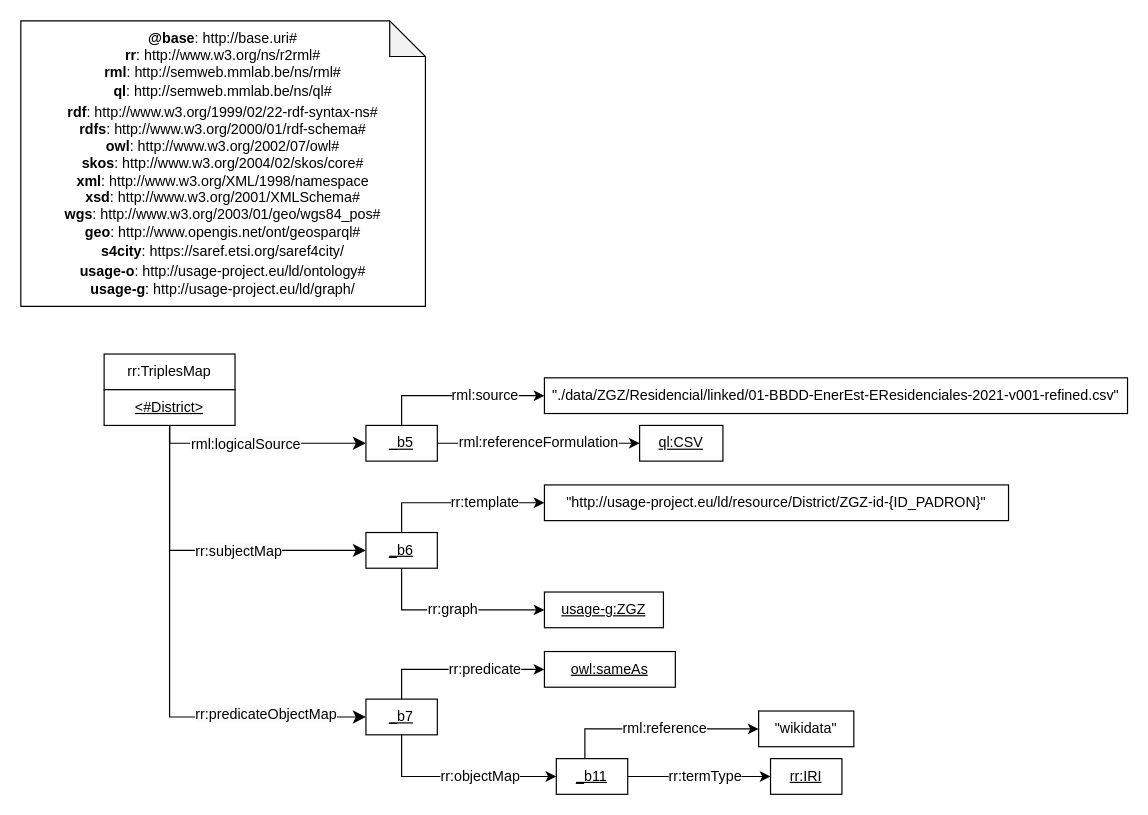
Earlier version of the draw.io diagram linking/ZGZ/Residencial/linking_mapping.drawio (OnToologyUser/ZGZ_ghg_emissions_knowledge_graph). Source tidied: cells renumbered, new cells numbered last; positions are measured from the earlier drawing's top-left corner, leaving out a move shared by most shapes. Both pictures are drawn from the tidied source at 119%, with x=0, y=0 at pixel (20, 20).
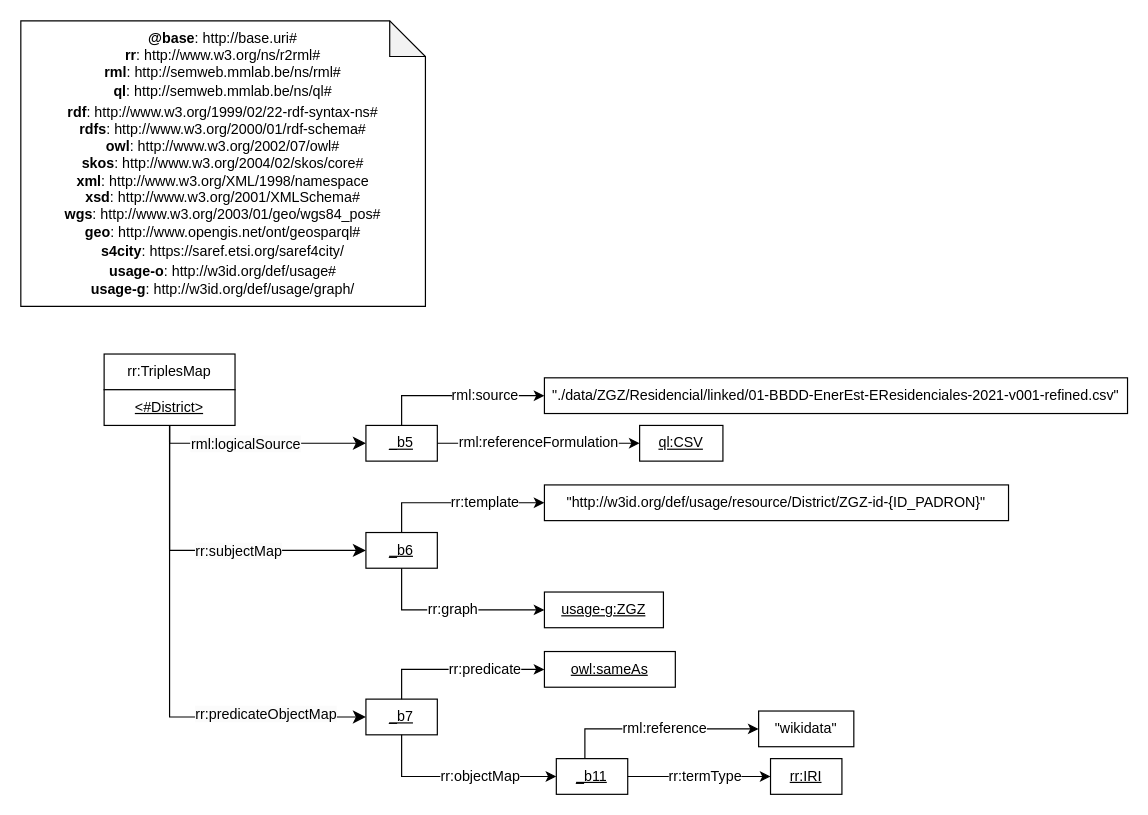
The same diagram, later.

Change to the diagram source:
```diff
@@
-    <mxCell id="2" value="&lt;div&gt;&lt;b&gt;@base&lt;/b&gt;: http://base.uri#&lt;/div&gt;&lt;div&gt;&lt;b style=&quot;background-color: initial;&quot;&gt;rr&lt;/b&gt;&lt;span style=&quot;background-color: initial;&quot;&gt;: http://www.w3.org/ns/r2rml#&lt;/span&gt;&lt;br&gt;&lt;/div&gt;&lt;div&gt;&lt;div style=&quot;border-color: var(--border-color);&quot;&gt;&lt;b&gt;rml&lt;/b&gt;: http://semweb.mmlab.be/ns/rml#&lt;/div&gt;&lt;div style=&quot;border-color: var(--border-color);&quot;&gt;&lt;div style=&quot;line-height: 19px;&quot;&gt;&lt;div style=&quot;&quot;&gt;&lt;b&gt;ql&lt;/b&gt;: http://semweb.mmlab.be/ns/ql#&lt;/div&gt;&lt;div style=&quot;&quot;&gt;&lt;/div&gt;&lt;/div&gt;&lt;/div&gt;&lt;div style=&quot;border-color: var(--border-color);&quot;&gt;&lt;b&gt;rdf&lt;/b&gt;: http://www.w3.org/1999/02/22-rdf-syntax-ns#&lt;/div&gt;&lt;div style=&quot;border-color: var(--border-color);&quot;&gt;&lt;b&gt;rdfs&lt;/b&gt;: http://www.w3.org/2000/01/rdf-schema#&lt;/div&gt;&lt;div style=&quot;border-color: var(--border-color);&quot;&gt;&lt;span style=&quot;background-color: initial;&quot;&gt;&lt;b&gt;owl&lt;/b&gt;: http://www.w3.org/2002/07/owl#&lt;/span&gt;&lt;br&gt;&lt;/div&gt;&lt;div style=&quot;border-color: var(--border-color);&quot;&gt;&lt;b&gt;skos&lt;/b&gt;: http://www.w3.org/2004/02/skos/core#&lt;/div&gt;&lt;div style=&quot;border-color: var(--border-color);&quot;&gt;&lt;b&gt;xml&lt;/b&gt;: http://www.w3.org/XML/1998/namespace&lt;/div&gt;&lt;div style=&quot;border-color: var(--border-color);&quot;&gt;&lt;b&gt;xsd&lt;/b&gt;: http://www.w3.org/2001/XMLSchema#&lt;/div&gt;&lt;div style=&quot;border-color: var(--border-color);&quot;&gt;&lt;span style=&quot;background-color: initial;&quot;&gt;&lt;b&gt;wgs&lt;/b&gt;: http://www.w3.org/2003/01/geo/wgs84_pos#&lt;/span&gt;&lt;br&gt;&lt;/div&gt;&lt;div style=&quot;border-color: var(--border-color);&quot;&gt;&lt;b style=&quot;background-color: initial;&quot;&gt;geo&lt;/b&gt;&lt;span style=&quot;background-color: initial;&quot;&gt;: http://www.opengis.net/ont/geosparql#&lt;/span&gt;&lt;br&gt;&lt;/div&gt;&lt;div style=&quot;border-color: var(--border-color);&quot;&gt;&lt;div style=&quot;line-height: 19px;&quot;&gt;&lt;b&gt;s4city&lt;/b&gt;: https://saref.etsi.org/saref4city/&lt;/div&gt;&lt;/div&gt;&lt;div style=&quot;border-color: var(--border-color);&quot;&gt;&lt;div style=&quot;border-color: var(--border-color);&quot;&gt;&lt;b style=&quot;border-color: var(--border-color);&quot;&gt;usage-o&lt;/b&gt;: http://usage-project.eu/ld/ontology#&lt;/div&gt;&lt;/div&gt;&lt;div style=&quot;border-color: var(--border-color);&quot;&gt;&lt;span style=&quot;background-color: initial;&quot;&gt;&lt;b&gt;usage-g&lt;/b&gt;: http://usage-project.eu/ld/graph/&lt;/span&gt;&lt;br&gt;&lt;/div&gt;&lt;/div&gt;" style="shape=note;whiteSpace=wrap;html=1;backgroundOutline=1;darkOpacity=0.05;" parent="1" vertex="1">
+    <mxCell id="2" value="&lt;div&gt;&lt;b&gt;@base&lt;/b&gt;: http://base.uri#&lt;/div&gt;&lt;div&gt;&lt;b style=&quot;background-color: initial;&quot;&gt;rr&lt;/b&gt;&lt;span style=&quot;background-color: initial;&quot;&gt;: http://www.w3.org/ns/r2rml#&lt;/span&gt;&lt;br&gt;&lt;/div&gt;&lt;div&gt;&lt;div style=&quot;border-color: var(--border-color);&quot;&gt;&lt;b&gt;rml&lt;/b&gt;: http://semweb.mmlab.be/ns/rml#&lt;/div&gt;&lt;div style=&quot;border-color: var(--border-color);&quot;&gt;&lt;div style=&quot;line-height: 19px;&quot;&gt;&lt;div style=&quot;&quot;&gt;&lt;b&gt;ql&lt;/b&gt;: http://semweb.mmlab.be/ns/ql#&lt;/div&gt;&lt;div style=&quot;&quot;&gt;&lt;/div&gt;&lt;/div&gt;&lt;/div&gt;&lt;div style=&quot;border-color: var(--border-color);&quot;&gt;&lt;b&gt;rdf&lt;/b&gt;: http://www.w3.org/1999/02/22-rdf-syntax-ns#&lt;/div&gt;&lt;div style=&quot;border-color: var(--border-color);&quot;&gt;&lt;b&gt;rdfs&lt;/b&gt;: http://www.w3.org/2000/01/rdf-schema#&lt;/div&gt;&lt;div style=&quot;border-color: var(--border-color);&quot;&gt;&lt;span style=&quot;background-color: initial;&quot;&gt;&lt;b&gt;owl&lt;/b&gt;: http://www.w3.org/2002/07/owl#&lt;/span&gt;&lt;br&gt;&lt;/div&gt;&lt;div style=&quot;border-color: var(--border-color);&quot;&gt;&lt;b&gt;skos&lt;/b&gt;: http://www.w3.org/2004/02/skos/core#&lt;/div&gt;&lt;div style=&quot;border-color: var(--border-color);&quot;&gt;&lt;b&gt;xml&lt;/b&gt;: http://www.w3.org/XML/1998/namespace&lt;/div&gt;&lt;div style=&quot;border-color: var(--border-color);&quot;&gt;&lt;b&gt;xsd&lt;/b&gt;: http://www.w3.org/2001/XMLSchema#&lt;/div&gt;&lt;div style=&quot;border-color: var(--border-color);&quot;&gt;&lt;span style=&quot;background-color: initial;&quot;&gt;&lt;b&gt;wgs&lt;/b&gt;: http://www.w3.org/2003/01/geo/wgs84_pos#&lt;/span&gt;&lt;br&gt;&lt;/div&gt;&lt;div style=&quot;border-color: var(--border-color);&quot;&gt;&lt;b style=&quot;background-color: initial;&quot;&gt;geo&lt;/b&gt;&lt;span style=&quot;background-color: initial;&quot;&gt;: http://www.opengis.net/ont/geosparql#&lt;/span&gt;&lt;br&gt;&lt;/div&gt;&lt;div style=&quot;border-color: var(--border-color);&quot;&gt;&lt;div style=&quot;line-height: 19px;&quot;&gt;&lt;b&gt;s4city&lt;/b&gt;: https://saref.etsi.org/saref4city/&lt;/div&gt;&lt;/div&gt;&lt;div style=&quot;border-color: var(--border-color);&quot;&gt;&lt;div style=&quot;border-color: var(--border-color);&quot;&gt;&lt;b style=&quot;border-color: var(--border-color);&quot;&gt;usage-o&lt;/b&gt;: http://w3id.org/def/usage#&lt;/div&gt;&lt;/div&gt;&lt;div style=&quot;border-color: var(--border-color);&quot;&gt;&lt;span style=&quot;background-color: initial;&quot;&gt;&lt;b&gt;usage-g&lt;/b&gt;: http://w3id.org/def/usage/graph/&lt;/span&gt;&lt;br&gt;&lt;/div&gt;&lt;/div&gt;" style="shape=note;whiteSpace=wrap;html=1;backgroundOutline=1;darkOpacity=0.05;" parent="1" vertex="1">
       <mxGeometry width="340" height="240" as="geometry" />
     </mxCell>
@@
-    <mxCell id="16" value="&quot;http://usage-project.eu/ld/resource/District/ZGZ-id-{ID_PADRON&lt;span style=&quot;border-color: var(--border-color); background-color: initial;&quot;&gt;}&quot;&lt;/span&gt;" style="rounded=0;whiteSpace=wrap;html=1;snapToPoint=1;" parent="1" vertex="1">
+    <mxCell id="16" value="&quot;http://w3id.org/def/usage/resource/District/ZGZ-id-{ID_PADRON&lt;span style=&quot;border-color: var(--border-color); background-color: initial;&quot;&gt;}&quot;&lt;/span&gt;" style="rounded=0;whiteSpace=wrap;html=1;snapToPoint=1;" parent="1" vertex="1">
       <mxGeometry x="440" y="390" width="390" height="30" as="geometry" />
     </mxCell>
```
